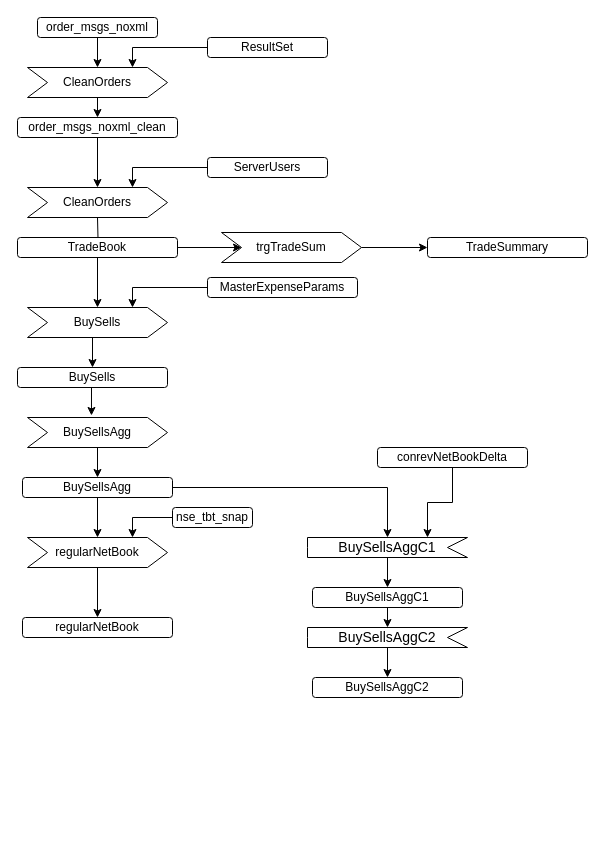
The draw.io diagram 3forge-Tradebook.drawio in mishrakm/diags, before the edit. Source tidied: cells renumbered, new cells numbered last; positions are measured from the earlier drawing's top-left corner, leaving out a move shared by most shapes. Both pictures are drawn from the tidied source at 100%, with x=0, y=0 at pixel (17, 17).
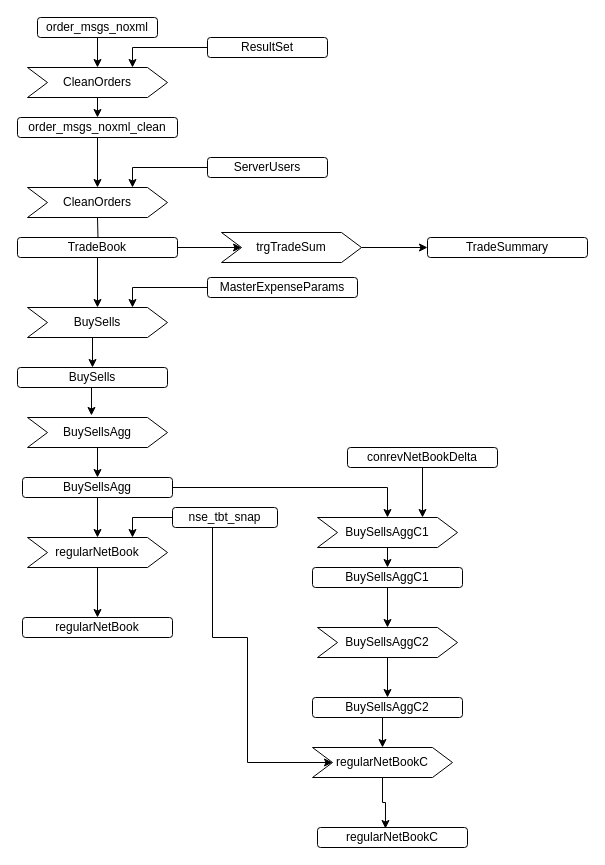
After the change.

Unchanged cells that the change refers to:
```xml
<mxCell id="20" value="BuySellsAgg" style="rounded=1;whiteSpace=wrap;html=1;fontSize=12;glass=0;strokeWidth=1;shadow=0;" parent="1" vertex="1">
  <mxGeometry x="5" y="460" width="150" height="20" as="geometry" />
</mxCell>
```

The edit, as a diff of the source:
```diff
@@
-    <mxCell id="21" style="edgeStyle=orthogonalEdgeStyle;rounded=0;jettySize=auto;html=1;exitX=0;exitY=0;exitDx=80;exitDy=20;exitPerimeter=0;entryX=0.5;entryY=0;entryDx=0;entryDy=0;" parent="1" edge="1" source="22" target="26">
-      <mxGeometry relative="1" as="geometry" />
-    </mxCell>
-    <mxCell id="22" value="BuySellsAggC1" style="html=1;shape=mxgraph.infographic.ribbonSimple;notch1=20;notch2=0;align=center;verticalAlign=middle;fontSize=14;fontStyle=0;flipH=1;fillColor=#FFFFFF;whiteSpace=wrap;" parent="1" vertex="1">
-      <mxGeometry x="290" y="520" width="160" height="20" as="geometry" />
-    </mxCell>
     <mxCell id="23" value="conrevNetBookDelta" style="rounded=1;whiteSpace=wrap;html=1;fontSize=12;glass=0;strokeWidth=1;shadow=0;" parent="1" vertex="1">
-      <mxGeometry x="360" y="430" width="150" height="20" as="geometry" />
+      <mxGeometry x="330" y="430" width="150" height="20" as="geometry" />
     </mxCell>
-    <mxCell id="24" style="edgeStyle=orthogonalEdgeStyle;rounded=0;jettySize=auto;html=1;exitX=0;exitY=0;exitDx=80;exitDy=20;exitPerimeter=0;entryX=0.5;entryY=0;entryDx=0;entryDy=0;" parent="1" edge="1" source="25" target="28">
-      <mxGeometry relative="1" as="geometry" />
-    </mxCell>
-    <mxCell id="25" value="BuySellsAggC2" style="html=1;shape=mxgraph.infographic.ribbonSimple;notch1=20;notch2=0;align=center;verticalAlign=middle;fontSize=14;fontStyle=0;flipH=1;fillColor=#FFFFFF;whiteSpace=wrap;" parent="1" vertex="1">
-      <mxGeometry x="290" y="610" width="160" height="20" as="geometry" />
-    </mxCell>
+    <mxCell id="27" style="edgeStyle=orthogonalEdgeStyle;rounded=0;jettySize=auto;html=1;exitX=0.5;exitY=1;exitDx=0;exitDy=0;entryX=0.5;entryY=0;entryDx=0;entryDy=0;" parent="1" edge="1" source="26" target="25">
+      <mxGeometry relative="1" as="geometry" />
+    </mxCell>
     <mxCell id="26" value="BuySellsAggC1" style="rounded=1;whiteSpace=wrap;html=1;fontSize=12;glass=0;strokeWidth=1;shadow=0;" parent="1" vertex="1">
-      <mxGeometry x="295" y="570" width="150" height="20" as="geometry" />
+      <mxGeometry x="295" y="550" width="150" height="20" as="geometry" />
     </mxCell>
-    <mxCell id="27" style="edgeStyle=orthogonalEdgeStyle;rounded=0;jettySize=auto;html=1;exitX=0.5;exitY=1;exitDx=0;exitDy=0;entryX=0;entryY=0;entryDx=80;entryDy=0;entryPerimeter=0;" parent="1" edge="1" source="26" target="25">
-      <mxGeometry relative="1" as="geometry" />
-    </mxCell>
+    <mxCell id="45" style="edgeStyle=orthogonalEdgeStyle;rounded=0;jettySize=auto;html=1;exitX=0.5;exitY=1;exitDx=0;exitDy=0;entryX=0.5;entryY=0;entryDx=0;entryDy=0;" parent="1" edge="1" source="28" target="47">
+      <mxGeometry relative="1" as="geometry" />
+    </mxCell>
     <mxCell id="28" value="BuySellsAggC2" style="rounded=1;whiteSpace=wrap;html=1;fontSize=12;glass=0;strokeWidth=1;shadow=0;" parent="1" vertex="1">
-      <mxGeometry x="295" y="660" width="150" height="20" as="geometry" />
+      <mxGeometry x="295" y="680" width="150" height="20" as="geometry" />
     </mxCell>
-    <mxCell id="29" style="edgeStyle=orthogonalEdgeStyle;rounded=0;jettySize=auto;html=1;entryX=0;entryY=0;entryDx=40;entryDy=0;entryPerimeter=0;" parent="1" edge="1" source="23" target="22">
+    <mxCell id="29" style="edgeStyle=orthogonalEdgeStyle;rounded=0;jettySize=auto;html=1;entryX=0.75;entryY=0;entryDx=0;entryDy=0;" parent="1" edge="1" source="23" target="22">
       <mxGeometry relative="1" as="geometry" />
     </mxCell>
@@
+    <mxCell id="46" style="edgeStyle=orthogonalEdgeStyle;rounded=0;jettySize=auto;html=1;exitX=0.5;exitY=1;exitDx=0;exitDy=0;entryX=0;entryY=0.5;entryDx=0;entryDy=0;" parent="1" edge="1" source="32" target="47">
+      <mxGeometry relative="1" as="geometry">
+        <Array as="points">
+          <mxPoint x="195" y="620" />
+          <mxPoint x="230" y="620" />
+          <mxPoint x="230" y="745" />
+        </Array>
+      </mxGeometry>
+    </mxCell>
     <mxCell id="32" value="nse_tbt_snap" style="rounded=1;whiteSpace=wrap;html=1;fontSize=12;glass=0;strokeWidth=1;shadow=0;" parent="1" vertex="1">
-      <mxGeometry x="155" y="490" width="80" height="20" as="geometry" />
+      <mxGeometry x="155" y="490" width="105" height="20" as="geometry" />
     </mxCell>
-    <mxCell id="33" style="edgeStyle=orthogonalEdgeStyle;rounded=0;jettySize=auto;html=1;exitX=1;exitY=0.5;exitDx=0;exitDy=0;entryX=0;entryY=0;entryDx=80;entryDy=0;entryPerimeter=0;" parent="1" edge="1" source="20" target="22">
-      <mxGeometry relative="1" as="geometry" />
+    <mxCell id="33" style="edgeStyle=orthogonalEdgeStyle;rounded=0;jettySize=auto;html=1;exitX=1;exitY=0.5;exitDx=0;exitDy=0;entryX=0.5;entryY=0;entryDx=0;entryDy=0;" parent="1" edge="1" source="20" target="22">
+      <mxGeometry relative="1" as="geometry">
+        <Array as="points">
+          <mxPoint x="370" y="470" />
+        </Array>
+      </mxGeometry>
     </mxCell>
@@
+    <mxCell id="21" style="edgeStyle=orthogonalEdgeStyle;rounded=0;jettySize=auto;html=1;exitX=0.5;exitY=1;exitDx=0;exitDy=0;entryX=0.5;entryY=0;entryDx=0;entryDy=0;" parent="1" edge="1" source="22" target="26">
+      <mxGeometry relative="1" as="geometry" />
+    </mxCell>
+    <mxCell id="22" value="BuySellsAggC1" style="shape=step;perimeter=stepPerimeter;whiteSpace=wrap;html=1;fixedSize=1;" parent="1" vertex="1">
+      <mxGeometry x="300" y="500" width="140" height="30" as="geometry" />
+    </mxCell>
+    <mxCell id="24" style="edgeStyle=orthogonalEdgeStyle;rounded=0;jettySize=auto;html=1;exitX=0.5;exitY=1;exitDx=0;exitDy=0;entryX=0.5;entryY=0;entryDx=0;entryDy=0;" parent="1" edge="1" source="25" target="28">
+      <mxGeometry relative="1" as="geometry" />
+    </mxCell>
+    <mxCell id="25" value="BuySellsAggC2" style="shape=step;perimeter=stepPerimeter;whiteSpace=wrap;html=1;fixedSize=1;" parent="1" vertex="1">
+      <mxGeometry x="300" y="610" width="140" height="30" as="geometry" />
+    </mxCell>
+    <mxCell id="47" value="regularNetBookC" style="shape=step;perimeter=stepPerimeter;whiteSpace=wrap;html=1;fixedSize=1;" parent="1" vertex="1">
+      <mxGeometry x="295" y="730" width="140" height="30" as="geometry" />
+    </mxCell>
+    <mxCell id="48" value="regularNetBookC" style="rounded=1;whiteSpace=wrap;html=1;fontSize=12;glass=0;strokeWidth=1;shadow=0;" parent="1" vertex="1">
+      <mxGeometry x="300" y="810" width="150" height="20" as="geometry" />
+    </mxCell>
+    <mxCell id="49" style="edgeStyle=orthogonalEdgeStyle;rounded=0;jettySize=auto;html=1;exitX=0.5;exitY=1;exitDx=0;exitDy=0;entryX=0.453;entryY=0.05;entryDx=0;entryDy=0;entryPerimeter=0;" parent="1" edge="1" source="47" target="48">
+      <mxGeometry relative="1" as="geometry" />
+    </mxCell>
```
